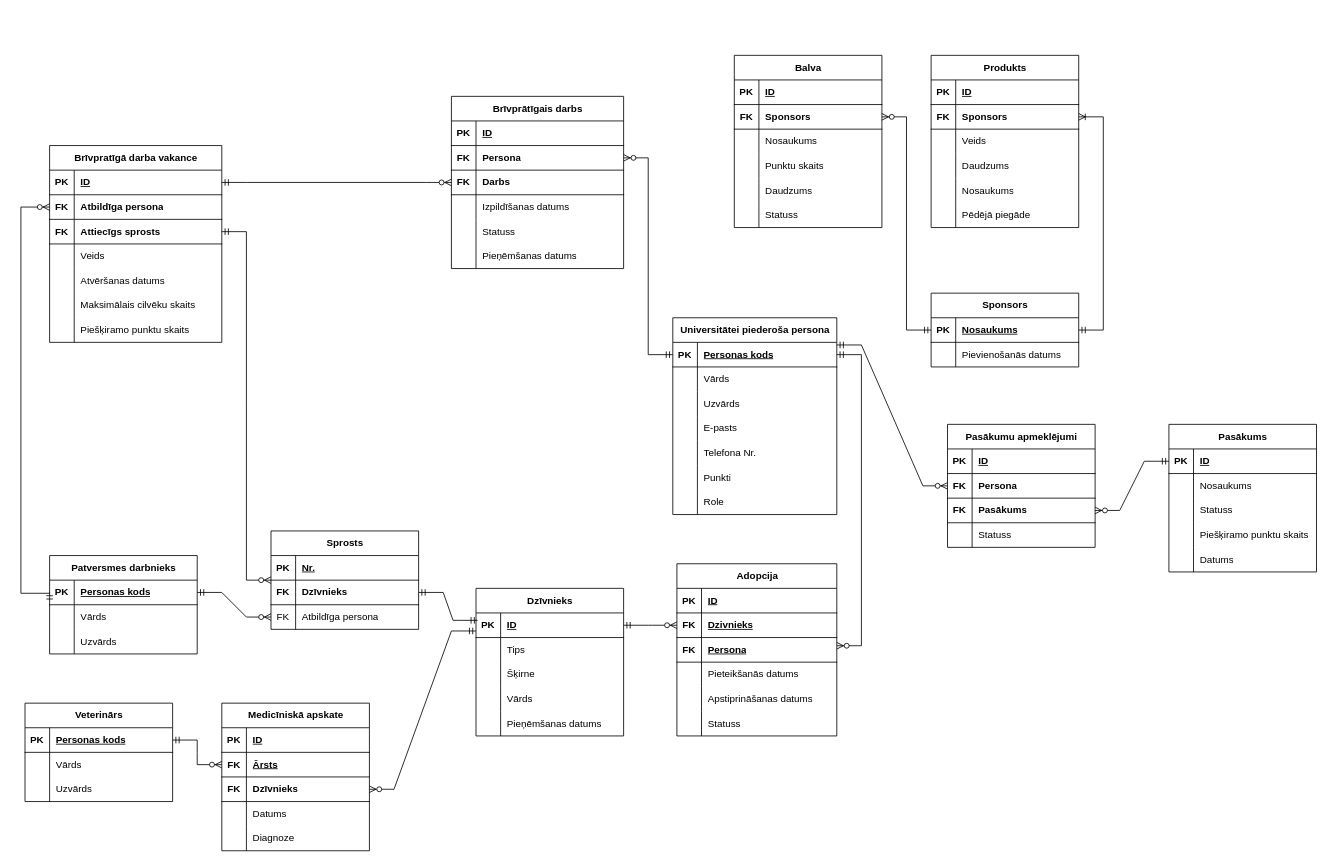
Above: Animal shelter.drawio in Boris-Zalov/richat (draw.io), before the change. Source tidied: cells renumbered, new cells numbered last; positions are measured from the earlier drawing's top-left corner, leaving out a move shared by most shapes. Both pictures are drawn from the tidied source at 82%, with x=0, y=0 at pixel (20, 55).
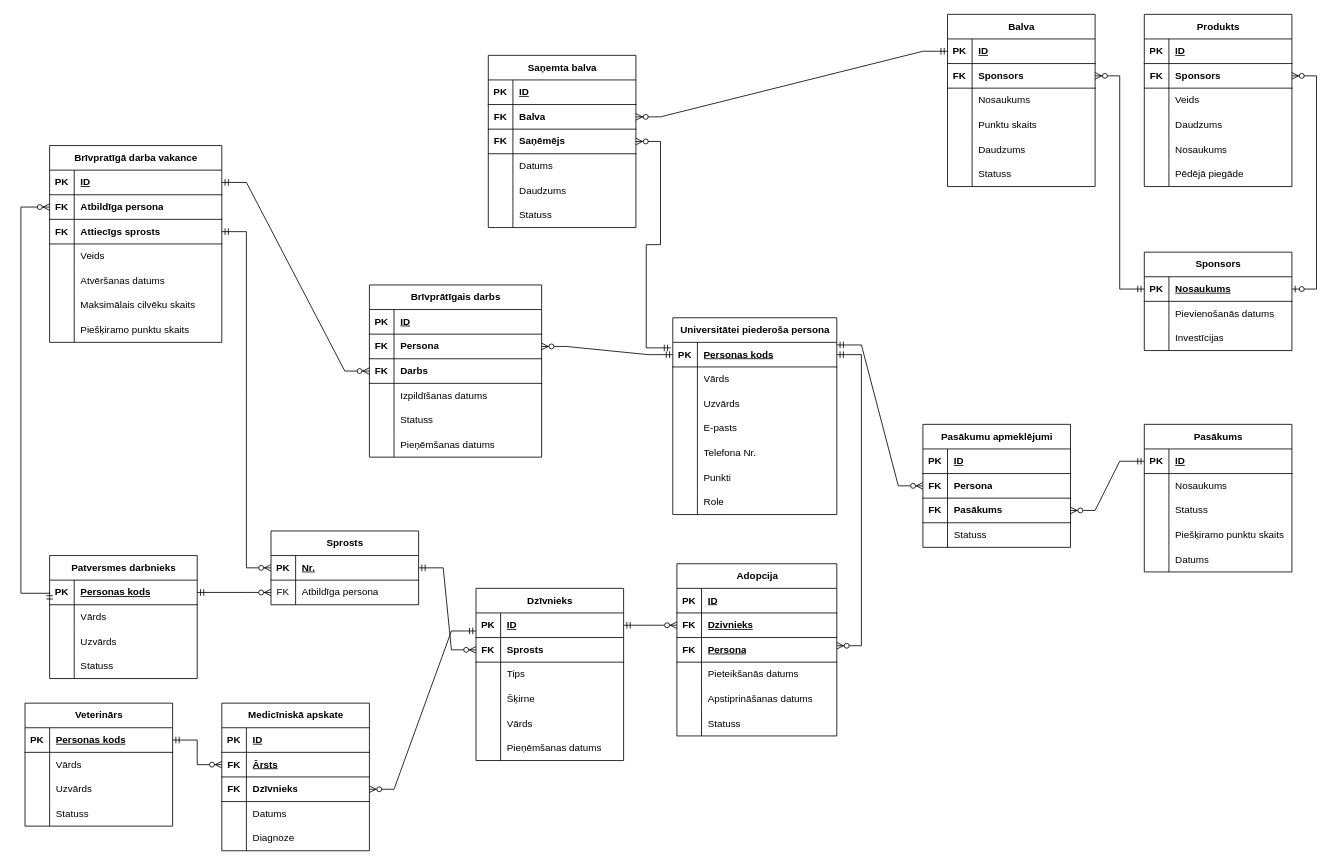
The same page after the edit.

The change refers to these unchanged cells:
```xml
<mxCell id="3" style="shape=tableRow;horizontal=0;startSize=0;swimlaneHead=0;swimlaneBody=0;fillColor=none;points=[[0,0.5],[1,0.5]];portConstraint=eastwest;top=0;left=0;right=0;bottom=1;" parent="2" vertex="1">
  <mxGeometry y="30" width="180" height="30" as="geometry" />
</mxCell>
<mxCell id="13" style="shape=tableRow;horizontal=0;startSize=0;swimlaneHead=0;swimlaneBody=0;fillColor=none;points=[[0,0.5],[1,0.5]];portConstraint=eastwest;top=0;left=0;right=0;bottom=1;" parent="9" vertex="1">
  <mxGeometry y="60" width="180" height="30" as="geometry" />
</mxCell>
<mxCell id="29" style="shape=tableRow;horizontal=0;startSize=0;swimlaneHead=0;swimlaneBody=0;fillColor=none;points=[[0,0.5],[1,0.5]];portConstraint=eastwest;top=0;left=0;right=0;bottom=1;" parent="28" vertex="1">
  <mxGeometry y="30" width="180" height="30" as="geometry" />
</mxCell>
<mxCell id="32" style="shape=tableRow;horizontal=0;startSize=0;swimlaneHead=0;swimlaneBody=0;fillColor=none;points=[[0,0.5],[1,0.5]];portConstraint=eastwest;top=0;left=0;right=0;bottom=1;" parent="28" vertex="1">
  <mxGeometry y="60" width="180" height="30" as="geometry" />
</mxCell>
<mxCell id="74" style="shape=tableRow;horizontal=0;startSize=0;swimlaneHead=0;swimlaneBody=0;fillColor=none;points=[[0,0.5],[1,0.5]];portConstraint=eastwest;top=0;left=0;right=0;bottom=1;" parent="73" vertex="1">
  <mxGeometry y="30" width="180" height="30" as="geometry" />
</mxCell>
<mxCell id="130" style="shape=tableRow;horizontal=0;startSize=0;swimlaneHead=0;swimlaneBody=0;fillColor=none;points=[[0,0.5],[1,0.5]];portConstraint=eastwest;top=0;left=0;right=0;bottom=1;" parent="129" vertex="1">
  <mxGeometry y="30" width="200" height="30" as="geometry" />
</mxCell>
```

The edit, as a diff of the source:
```diff
@@
     <mxCell id="2" value="Sponsors" style="shape=table;startSize=30;childLayout=tableLayout;rowLines=0;fontStyle=1;align=center;html=1;" parent="1" vertex="1">
-      <mxGeometry x="1110" y="290" width="180" height="90" as="geometry" />
+      <mxGeometry x="1370" y="240" width="180" height="120" as="geometry" />
     </mxCell>
@@
+    <mxCell id="234" style="shape=tableRow;horizontal=0;startSize=0;swimlaneHead=0;swimlaneBody=0;fillColor=none;top=0;left=0;right=0;bottom=0;" parent="2" vertex="1">
+      <mxGeometry y="90" width="180" height="30" as="geometry" />
+    </mxCell>
+    <mxCell id="235" style="shape=partialRectangle;fillColor=none;top=0;left=0;bottom=0;right=0;overflow=hidden;whiteSpace=wrap;html=1;" parent="234" vertex="1">
+      <mxGeometry width="30" height="30" as="geometry" />
+    </mxCell>
+    <mxCell id="236" value="Investīcijas" style="shape=partialRectangle;fillColor=none;top=0;left=0;bottom=0;right=0;align=left;spacingLeft=6;overflow=hidden;whiteSpace=wrap;html=1;" parent="234" vertex="1">
+      <mxGeometry x="30" width="150" height="30" as="geometry" />
+    </mxCell>
     <mxCell id="9" value="Produkts" style="shape=table;startSize=30;childLayout=tableLayout;rowLines=0;fontStyle=1;align=center;html=1;" parent="1" vertex="1">
-      <mxGeometry x="1110" width="180" height="210" as="geometry" />
+      <mxGeometry x="1370" y="-50" width="180" height="210" as="geometry" />
     </mxCell>
@@
     <mxCell id="28" value="Balva" style="shape=table;startSize=30;childLayout=tableLayout;rowLines=0;fontStyle=1;align=center;html=1;" parent="1" vertex="1">
-      <mxGeometry x="870" width="180" height="210" as="geometry" />
+      <mxGeometry x="1130" y="-50" width="180" height="210" as="geometry" />
     </mxCell>
@@
     <mxCell id="47" value="Veterinārs" style="shape=table;startSize=30;childLayout=tableLayout;rowLines=0;fontStyle=1;align=center;html=1;" parent="1" vertex="1">
-      <mxGeometry x="5" y="790" width="180" height="120" as="geometry" />
+      <mxGeometry x="5" y="790" width="180" height="150" as="geometry" />
     </mxCell>
@@
+    <mxCell id="237" style="shape=tableRow;horizontal=0;startSize=0;swimlaneHead=0;swimlaneBody=0;fillColor=none;top=0;left=0;right=0;bottom=0;" parent="47" vertex="1">
+      <mxGeometry y="120" width="180" height="30" as="geometry" />
+    </mxCell>
+    <mxCell id="238" style="shape=partialRectangle;fillColor=none;top=0;left=0;bottom=0;right=0;overflow=hidden;whiteSpace=wrap;html=1;" parent="237" vertex="1">
+      <mxGeometry width="30" height="30" as="geometry" />
+    </mxCell>
+    <mxCell id="239" value="Statuss" style="shape=partialRectangle;fillColor=none;top=0;left=0;bottom=0;right=0;align=left;spacingLeft=6;overflow=hidden;whiteSpace=wrap;html=1;" parent="237" vertex="1">
+      <mxGeometry x="30" width="150" height="30" as="geometry" />
+    </mxCell>
@@
     <mxCell id="73" value="Dzīvnieks" style="shape=table;startSize=30;childLayout=tableLayout;rowLines=0;fontStyle=1;align=center;html=1;" parent="1" vertex="1">
-      <mxGeometry x="555" y="650" width="180" height="180" as="geometry" />
+      <mxGeometry x="555" y="650" width="180" height="210" as="geometry" />
     </mxCell>
@@
+    <mxCell id="240" style="shape=tableRow;horizontal=0;startSize=0;swimlaneHead=0;swimlaneBody=0;fillColor=none;points=[[0,0.5],[1,0.5]];portConstraint=eastwest;top=0;left=0;right=0;bottom=1;" parent="73" vertex="1">
+      <mxGeometry y="60" width="180" height="30" as="geometry" />
+    </mxCell>
+    <mxCell id="241" value="FK" style="shape=partialRectangle;fillColor=none;top=0;left=0;bottom=0;right=0;fontStyle=1;overflow=hidden;whiteSpace=wrap;html=1;" parent="240" vertex="1">
+      <mxGeometry width="30" height="30" as="geometry" />
+    </mxCell>
+    <mxCell id="242" value="Sprosts" style="shape=partialRectangle;fillColor=none;top=0;left=0;bottom=0;right=0;align=left;spacingLeft=6;fontStyle=1;overflow=hidden;whiteSpace=wrap;html=1;" parent="240" vertex="1">
+      <mxGeometry x="30" width="150" height="30" as="geometry" />
+    </mxCell>
     <mxCell id="77" style="shape=tableRow;horizontal=0;startSize=0;swimlaneHead=0;swimlaneBody=0;fillColor=none;top=0;left=0;right=0;bottom=0;" parent="73" vertex="1">
-      <mxGeometry y="60" width="180" height="30" as="geometry" />
+      <mxGeometry y="90" width="180" height="30" as="geometry" />
     </mxCell>
@@
     <mxCell id="80" style="shape=tableRow;horizontal=0;startSize=0;swimlaneHead=0;swimlaneBody=0;fillColor=none;top=0;left=0;right=0;bottom=0;" parent="73" vertex="1">
-      <mxGeometry y="90" width="180" height="30" as="geometry" />
+      <mxGeometry y="120" width="180" height="30" as="geometry" />
     </mxCell>
@@
     <mxCell id="83" style="shape=tableRow;horizontal=0;startSize=0;swimlaneHead=0;swimlaneBody=0;fillColor=none;top=0;left=0;right=0;bottom=0;" parent="73" vertex="1">
-      <mxGeometry y="120" width="180" height="30" as="geometry" />
+      <mxGeometry y="150" width="180" height="30" as="geometry" />
     </mxCell>
@@
     <mxCell id="86" style="shape=tableRow;horizontal=0;startSize=0;swimlaneHead=0;swimlaneBody=0;fillColor=none;top=0;left=0;right=0;bottom=0;" parent="73" vertex="1">
-      <mxGeometry y="150" width="180" height="30" as="geometry" />
+      <mxGeometry y="180" width="180" height="30" as="geometry" />
     </mxCell>
@@
-    <mxCell id="109" style="edgeStyle=entityRelationEdgeStyle;fontSize=12;html=1;endArrow=ERoneToMany;startArrow=ERmandOne;rounded=0;entryX=1;entryY=0.5;entryDx=0;entryDy=0;exitX=1;exitY=0.5;exitDx=0;exitDy=0;" parent="1" edge="1" source="2" target="13">
-      <mxGeometry relative="1" as="geometry" />
-    </mxCell>
@@
     <mxCell id="112" style="edgeStyle=entityRelationEdgeStyle;fontSize=12;html=1;endArrow=ERzeroToMany;startArrow=ERmandOne;rounded=0;entryX=1;entryY=0.5;entryDx=0;entryDy=0;exitX=0;exitY=0.5;exitDx=0;exitDy=0;" parent="1" edge="1" source="3" target="32">
       <mxGeometry relative="1" as="geometry">
         <Array as="points">
-          <mxPoint x="830" y="320" />
-          <mxPoint x="920" y="310" />
-          <mxPoint x="1000" y="210" />
+          <mxPoint x="1090" y="270" />
+          <mxPoint x="1180" y="260" />
+          <mxPoint x="1260" y="160" />
         </Array>
       </mxGeometry>
     </mxCell>
     <mxCell id="113" value="Pasākums" style="shape=table;startSize=30;childLayout=tableLayout;rowLines=0;fontStyle=1;align=center;html=1;" parent="1" vertex="1">
-      <mxGeometry x="1400" y="450" width="180" height="180" as="geometry" />
+      <mxGeometry x="1370" y="450" width="180" height="180" as="geometry" />
     </mxCell>
@@
     <mxCell id="152" value="Sprosts" style="shape=table;startSize=30;childLayout=tableLayout;rowLines=0;fontStyle=1;align=center;html=1;" parent="1" vertex="1">
-      <mxGeometry x="305" y="580" width="180" height="120" as="geometry" />
+      <mxGeometry x="305" y="580" width="180" height="90" as="geometry" />
     </mxCell>
@@
-    <mxCell id="156" style="shape=tableRow;horizontal=0;startSize=0;swimlaneHead=0;swimlaneBody=0;fillColor=none;points=[[0,0.5],[1,0.5]];portConstraint=eastwest;top=0;left=0;right=0;bottom=1;" parent="152" vertex="1">
-      <mxGeometry y="60" width="180" height="30" as="geometry" />
-    </mxCell>
-    <mxCell id="157" value="FK" style="shape=partialRectangle;fillColor=none;top=0;left=0;bottom=0;right=0;fontStyle=1;overflow=hidden;whiteSpace=wrap;html=1;" parent="156" vertex="1">
-      <mxGeometry width="30" height="30" as="geometry" />
-    </mxCell>
-    <mxCell id="158" value="Dzīvnieks" style="shape=partialRectangle;fillColor=none;top=0;left=0;bottom=0;right=0;align=left;spacingLeft=6;fontStyle=1;overflow=hidden;whiteSpace=wrap;html=1;" parent="156" vertex="1">
-      <mxGeometry x="30" width="150" height="30" as="geometry" />
-    </mxCell>
     <mxCell id="159" style="shape=tableRow;horizontal=0;startSize=0;swimlaneHead=0;swimlaneBody=0;fillColor=none;points=[[0,0.5],[1,0.5]];portConstraint=eastwest;top=0;left=0;right=0;bottom=0;" parent="152" vertex="1">
-      <mxGeometry y="90" width="180" height="30" as="geometry" />
+      <mxGeometry y="60" width="180" height="30" as="geometry" />
     </mxCell>
@@
-    <mxCell id="162" style="edgeStyle=entityRelationEdgeStyle;fontSize=12;html=1;endArrow=ERmandOne;startArrow=ERmandOne;rounded=0;exitX=0.011;exitY=0.3;exitDx=0;exitDy=0;exitPerimeter=0;entryX=1;entryY=0.5;entryDx=0;entryDy=0;" parent="1" edge="1" source="74" target="156">
-      <mxGeometry relative="1" as="geometry" />
-    </mxCell>
     <mxCell id="163" value="Brīvprātīgais darbs" style="shape=table;startSize=30;childLayout=tableLayout;rowLines=0;fontStyle=1;align=center;html=1;" parent="1" vertex="1">
-      <mxGeometry x="525" y="50" width="210" height="210" as="geometry" />
+      <mxGeometry x="425" y="280" width="210" height="210" as="geometry" />
     </mxCell>
@@
     <mxCell id="207" value="Patversmes darbnieks" style="shape=table;startSize=30;childLayout=tableLayout;rowLines=0;fontStyle=1;align=center;html=1;" parent="1" vertex="1">
-      <mxGeometry x="35" y="610" width="180" height="120" as="geometry" />
+      <mxGeometry x="35" y="610" width="180" height="150" as="geometry" />
     </mxCell>
@@
+    <mxCell id="243" style="shape=tableRow;horizontal=0;startSize=0;swimlaneHead=0;swimlaneBody=0;fillColor=none;top=0;left=0;right=0;bottom=0;" parent="207" vertex="1">
+      <mxGeometry y="120" width="180" height="30" as="geometry" />
+    </mxCell>
+    <mxCell id="244" style="shape=partialRectangle;fillColor=none;top=0;left=0;bottom=0;right=0;overflow=hidden;whiteSpace=wrap;html=1;" parent="243" vertex="1">
+      <mxGeometry width="30" height="30" as="geometry" />
+    </mxCell>
+    <mxCell id="245" value="Statuss" style="shape=partialRectangle;fillColor=none;top=0;left=0;bottom=0;right=0;align=left;spacingLeft=6;overflow=hidden;whiteSpace=wrap;html=1;" parent="243" vertex="1">
+      <mxGeometry x="30" width="150" height="30" as="geometry" />
+    </mxCell>
@@
     <mxCell id="219" value="Pasākumu apmeklējumi" style="shape=table;startSize=30;childLayout=tableLayout;rowLines=0;fontStyle=1;align=center;html=1;" parent="1" vertex="1">
-      <mxGeometry x="1130" y="450" width="180" height="150" as="geometry" />
+      <mxGeometry x="1100" y="450" width="180" height="150" as="geometry" />
     </mxCell>
@@
+    <mxCell id="246" value="Saņemta balva" style="shape=table;startSize=30;childLayout=tableLayout;rowLines=0;fontStyle=1;align=center;html=1;" parent="1" vertex="1">
+      <mxGeometry x="570" width="180" height="210" as="geometry" />
+    </mxCell>
+    <mxCell id="247" style="shape=tableRow;horizontal=0;startSize=0;swimlaneHead=0;swimlaneBody=0;fillColor=none;top=0;left=0;right=0;bottom=1;" parent="246" vertex="1">
+      <mxGeometry y="30" width="180" height="30" as="geometry" />
+    </mxCell>
+    <mxCell id="248" value="PK" style="shape=partialRectangle;fillColor=none;top=0;left=0;bottom=0;right=0;fontStyle=1;overflow=hidden;whiteSpace=wrap;html=1;" parent="247" vertex="1">
+      <mxGeometry width="30" height="30" as="geometry" />
+    </mxCell>
+    <mxCell id="249" value="ID" style="shape=partialRectangle;fillColor=none;top=0;left=0;bottom=0;right=0;align=left;spacingLeft=6;fontStyle=5;overflow=hidden;whiteSpace=wrap;html=1;" parent="247" vertex="1">
+      <mxGeometry x="30" width="150" height="30" as="geometry" />
+    </mxCell>
+    <mxCell id="250" style="shape=tableRow;horizontal=0;startSize=0;swimlaneHead=0;swimlaneBody=0;fillColor=none;points=[[0,0.5],[1,0.5]];portConstraint=eastwest;top=0;left=0;right=0;bottom=1;" parent="246" vertex="1">
+      <mxGeometry y="60" width="180" height="30" as="geometry" />
+    </mxCell>
+    <mxCell id="251" value="FK" style="shape=partialRectangle;fillColor=none;top=0;left=0;bottom=0;right=0;fontStyle=1;overflow=hidden;whiteSpace=wrap;html=1;" parent="250" vertex="1">
+      <mxGeometry width="30" height="30" as="geometry" />
+    </mxCell>
+    <mxCell id="252" value="Balva" style="shape=partialRectangle;fillColor=none;top=0;left=0;bottom=0;right=0;align=left;spacingLeft=6;fontStyle=1;overflow=hidden;whiteSpace=wrap;html=1;" parent="250" vertex="1">
+      <mxGeometry x="30" width="150" height="30" as="geometry" />
+    </mxCell>
+    <mxCell id="253" style="shape=tableRow;horizontal=0;startSize=0;swimlaneHead=0;swimlaneBody=0;fillColor=none;points=[[0,0.5],[1,0.5]];portConstraint=eastwest;top=0;left=0;right=0;bottom=1;" parent="246" vertex="1">
+      <mxGeometry y="90" width="180" height="30" as="geometry" />
+    </mxCell>
+    <mxCell id="254" value="FK" style="shape=partialRectangle;fillColor=none;top=0;left=0;bottom=0;right=0;fontStyle=1;overflow=hidden;whiteSpace=wrap;html=1;" parent="253" vertex="1">
+      <mxGeometry width="30" height="30" as="geometry" />
+    </mxCell>
+    <mxCell id="255" value="Saņēmējs" style="shape=partialRectangle;fillColor=none;top=0;left=0;bottom=0;right=0;align=left;spacingLeft=6;fontStyle=1;overflow=hidden;whiteSpace=wrap;html=1;" parent="253" vertex="1">
+      <mxGeometry x="30" width="150" height="30" as="geometry" />
+    </mxCell>
+    <mxCell id="256" style="shape=tableRow;horizontal=0;startSize=0;swimlaneHead=0;swimlaneBody=0;fillColor=none;top=0;left=0;right=0;bottom=0;" parent="246" vertex="1">
+      <mxGeometry y="120" width="180" height="30" as="geometry" />
+    </mxCell>
+    <mxCell id="257" style="shape=partialRectangle;fillColor=none;top=0;left=0;bottom=0;right=0;overflow=hidden;whiteSpace=wrap;html=1;" parent="256" vertex="1">
+      <mxGeometry width="30" height="30" as="geometry" />
+    </mxCell>
+    <mxCell id="258" value="Datums" style="shape=partialRectangle;fillColor=none;top=0;left=0;bottom=0;right=0;align=left;spacingLeft=6;overflow=hidden;whiteSpace=wrap;html=1;" parent="256" vertex="1">
+      <mxGeometry x="30" width="150" height="30" as="geometry" />
+    </mxCell>
+    <mxCell id="259" style="shape=tableRow;horizontal=0;startSize=0;swimlaneHead=0;swimlaneBody=0;fillColor=none;top=0;left=0;right=0;bottom=0;" parent="246" vertex="1">
+      <mxGeometry y="150" width="180" height="30" as="geometry" />
+    </mxCell>
+    <mxCell id="260" style="shape=partialRectangle;fillColor=none;top=0;left=0;bottom=0;right=0;overflow=hidden;whiteSpace=wrap;html=1;" parent="259" vertex="1">
+      <mxGeometry width="30" height="30" as="geometry" />
+    </mxCell>
+    <mxCell id="261" value="Daudzums" style="shape=partialRectangle;fillColor=none;top=0;left=0;bottom=0;right=0;align=left;spacingLeft=6;overflow=hidden;whiteSpace=wrap;html=1;" parent="259" vertex="1">
+      <mxGeometry x="30" width="150" height="30" as="geometry" />
+    </mxCell>
+    <mxCell id="262" style="shape=tableRow;horizontal=0;startSize=0;swimlaneHead=0;swimlaneBody=0;fillColor=none;top=0;left=0;right=0;bottom=0;" parent="246" vertex="1">
+      <mxGeometry y="180" width="180" height="30" as="geometry" />
+    </mxCell>
+    <mxCell id="263" style="shape=partialRectangle;fillColor=none;top=0;left=0;bottom=0;right=0;overflow=hidden;whiteSpace=wrap;html=1;" parent="262" vertex="1">
+      <mxGeometry width="30" height="30" as="geometry" />
+    </mxCell>
+    <mxCell id="264" value="Statuss" style="shape=partialRectangle;fillColor=none;top=0;left=0;bottom=0;right=0;align=left;spacingLeft=6;overflow=hidden;whiteSpace=wrap;html=1;" parent="262" vertex="1">
+      <mxGeometry x="30" width="150" height="30" as="geometry" />
+    </mxCell>
+    <mxCell id="265" style="edgeStyle=entityRelationEdgeStyle;html=1;endArrow=ERzeroToMany;startArrow=ERmandOne;rounded=0;exitX=-0.012;exitY=0.224;exitDx=0;exitDy=0;exitPerimeter=0;entryX=1;entryY=0.5;entryDx=0;entryDy=0;" parent="1" edge="1" source="130" target="253">
+      <mxGeometry relative="1" as="geometry">
+        <Array as="points">
+          <mxPoint x="840" y="210" />
+        </Array>
+      </mxGeometry>
+    </mxCell>
+    <mxCell id="266" style="edgeStyle=entityRelationEdgeStyle;html=1;endArrow=ERzeroToMany;startArrow=ERmandOne;rounded=0;exitX=0;exitY=0.5;exitDx=0;exitDy=0;entryX=1;entryY=0.5;entryDx=0;entryDy=0;" parent="1" edge="1" source="29" target="250">
+      <mxGeometry relative="1" as="geometry">
+        <Array as="points">
+          <mxPoint x="1010" y="34" />
+        </Array>
+      </mxGeometry>
+    </mxCell>
+    <mxCell id="267" style="edgeStyle=entityRelationEdgeStyle;fontSize=12;html=1;endArrow=ERzeroToMany;startArrow=ERmandOne;rounded=0;exitX=1;exitY=0.5;exitDx=0;exitDy=0;entryX=0;entryY=0.5;entryDx=0;entryDy=0;" parent="1" edge="1" source="152" target="240">
+      <mxGeometry relative="1" as="geometry">
+        <Array as="points">
+          <mxPoint x="385" y="831" />
+          <mxPoint x="425" y="868" />
+          <mxPoint x="475" y="868" />
+          <mxPoint x="385" y="808" />
+          <mxPoint x="475" y="798" />
+          <mxPoint x="455" y="912" />
+          <mxPoint x="555" y="698" />
+        </Array>
+      </mxGeometry>
+    </mxCell>
+    <mxCell id="268" style="edgeStyle=entityRelationEdgeStyle;fontSize=12;html=1;endArrow=ERzeroToMany;startArrow=ERzeroToOne;rounded=0;entryX=1;entryY=0.5;entryDx=0;entryDy=0;exitX=1;exitY=0.5;exitDx=0;exitDy=0;" parent="1" edge="1" source="3" target="13">
+      <mxGeometry relative="1" as="geometry" />
+    </mxCell>
```
